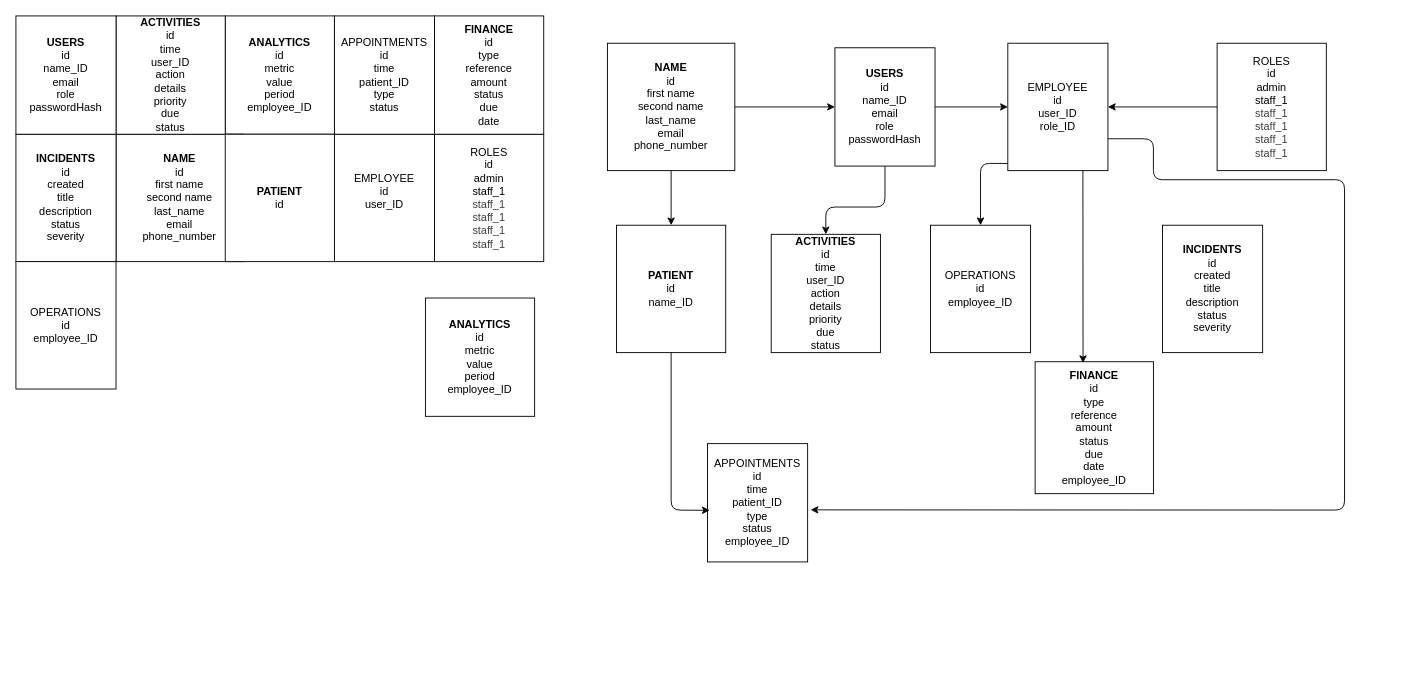
Earlier version of the draw.io diagram design/design.drawio (Justkim030/Moducare). Source tidied: cells renumbered, new cells numbered last; positions are measured from the earlier drawing's top-left corner, leaving out a move shared by most shapes. Both pictures are drawn from the tidied source at 91%, with x=0, y=0 at pixel (15, 15).
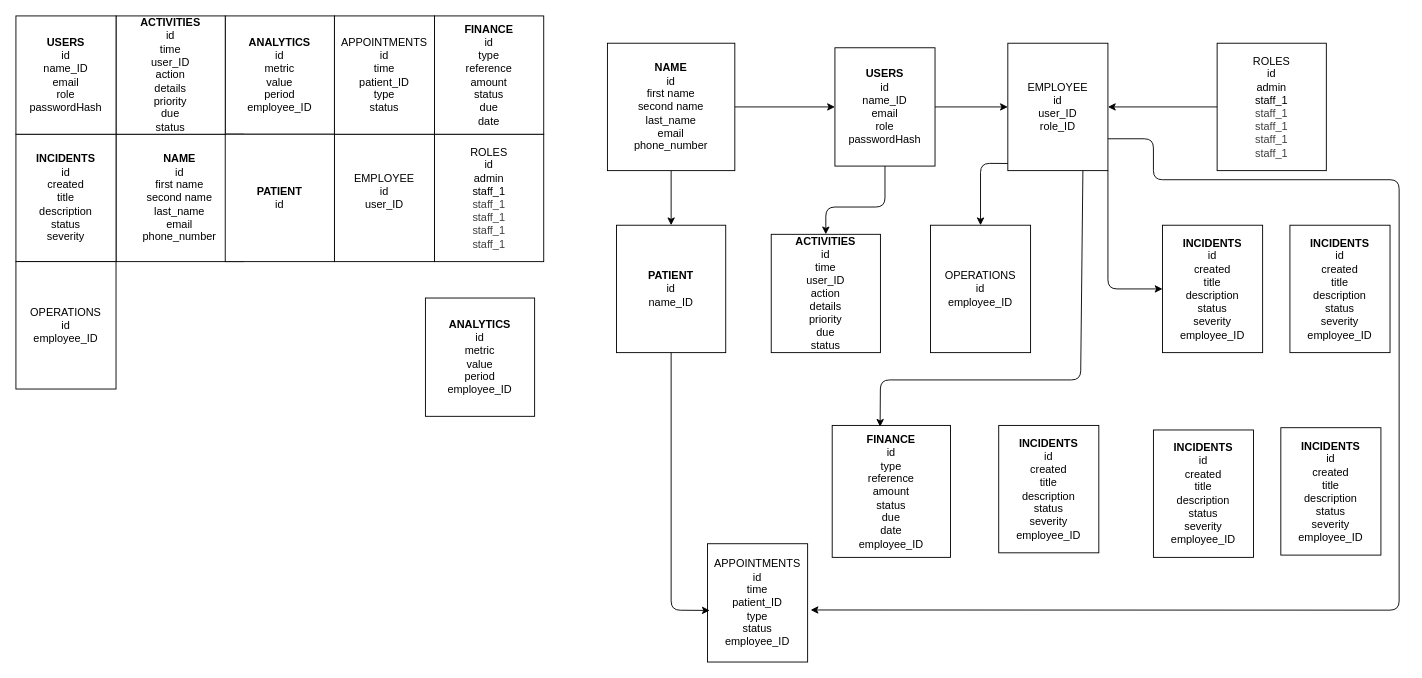
Above is the later version.

The change refers to these unchanged cells:
```xml
<mxCell id="14" value="EMPLOYEE&lt;div&gt;id&lt;/div&gt;&lt;div&gt;user_ID&lt;/div&gt;&lt;div&gt;role_ID&lt;/div&gt;" style="rounded=0;whiteSpace=wrap;html=1;" parent="1" vertex="1">
  <mxGeometry x="1090" y="30" width="110" height="140" as="geometry" />
</mxCell>
<mxCell id="21" value="&lt;b&gt;PATIENT&lt;/b&gt;&lt;div&gt;id&lt;/div&gt;&lt;div&gt;name_ID&lt;/div&gt;" style="rounded=0;whiteSpace=wrap;html=1;" parent="1" vertex="1">
  <mxGeometry x="660" y="230" width="120" height="140" as="geometry" />
</mxCell>
```

What changed in the source:
```diff
@@
+    <mxCell id="33" style="edgeStyle=none;html=1;exitX=1;exitY=1;exitDx=0;exitDy=0;entryX=0;entryY=0.5;entryDx=0;entryDy=0;" parent="1" edge="1" source="14" target="22">
+      <mxGeometry relative="1" as="geometry">
+        <Array as="points">
+          <mxPoint x="1200" y="300" />
+        </Array>
+      </mxGeometry>
+    </mxCell>
@@
-    <mxCell id="22" value="&lt;b&gt;INCIDENTS&lt;/b&gt;&lt;div&gt;id&lt;/div&gt;&lt;div&gt;created&lt;/div&gt;&lt;div&gt;title&lt;/div&gt;&lt;div&gt;description&lt;/div&gt;&lt;div&gt;status&lt;/div&gt;&lt;div&gt;severity&lt;/div&gt;" style="rounded=0;whiteSpace=wrap;html=1;" parent="1" vertex="1">
+    <mxCell id="22" value="&lt;b&gt;INCIDENTS&lt;/b&gt;&lt;div&gt;id&lt;/div&gt;&lt;div&gt;created&lt;/div&gt;&lt;div&gt;title&lt;/div&gt;&lt;div&gt;description&lt;/div&gt;&lt;div&gt;status&lt;/div&gt;&lt;div&gt;severity&lt;/div&gt;&lt;div&gt;employee_ID&lt;/div&gt;" style="rounded=0;whiteSpace=wrap;html=1;" parent="1" vertex="1">
       <mxGeometry x="1260" y="230" width="110" height="140" as="geometry" />
     </mxCell>
     <mxCell id="23" value="&lt;b&gt;FINANCE&lt;/b&gt;&lt;div&gt;id&lt;/div&gt;&lt;div&gt;type&lt;/div&gt;&lt;div&gt;reference&lt;/div&gt;&lt;div&gt;amount&lt;/div&gt;&lt;div&gt;status&lt;/div&gt;&lt;div&gt;due&lt;/div&gt;&lt;div&gt;date&lt;/div&gt;&lt;div&gt;employee_ID&lt;/div&gt;" style="rounded=0;whiteSpace=wrap;html=1;" parent="1" vertex="1">
-      <mxGeometry x="1120" y="380" width="130" height="145" as="geometry" />
+      <mxGeometry x="897" y="450" width="130" height="145" as="geometry" />
     </mxCell>
     <mxCell id="24" value="APPOINTMENTS&lt;div&gt;id&lt;/div&gt;&lt;div&gt;time&lt;/div&gt;&lt;div&gt;patient_ID&lt;/div&gt;&lt;div&gt;type&lt;/div&gt;&lt;div&gt;status&lt;/div&gt;&lt;div&gt;employee_ID&lt;/div&gt;" style="rounded=0;whiteSpace=wrap;html=1;" parent="1" vertex="1">
-      <mxGeometry x="760" y="470" width="110" height="130" as="geometry" />
+      <mxGeometry x="760" y="580" width="110" height="130" as="geometry" />
     </mxCell>
@@
     <mxCell id="30" style="edgeStyle=none;html=1;exitX=0.5;exitY=1;exitDx=0;exitDy=0;entryX=0.022;entryY=0.564;entryDx=0;entryDy=0;entryPerimeter=0;" parent="1" edge="1" source="21" target="24">
       <mxGeometry relative="1" as="geometry">
         <Array as="points">
-          <mxPoint x="720" y="543" />
+          <mxPoint x="720" y="653" />
         </Array>
       </mxGeometry>
     </mxCell>
     <mxCell id="31" style="edgeStyle=none;html=1;exitX=1;exitY=0.75;exitDx=0;exitDy=0;entryX=1.03;entryY=0.56;entryDx=0;entryDy=0;entryPerimeter=0;" parent="1" edge="1" source="14" target="24">
       <mxGeometry relative="1" as="geometry">
         <Array as="points">
           <mxPoint x="1250" y="135" />
           <mxPoint x="1250" y="180" />
-          <mxPoint x="1460" y="180" />
-          <mxPoint x="1460" y="543" />
+          <mxPoint x="1520" y="180" />
+          <mxPoint x="1520" y="653" />
         </Array>
       </mxGeometry>
     </mxCell>
     <mxCell id="32" style="edgeStyle=none;html=1;exitX=0.75;exitY=1;exitDx=0;exitDy=0;entryX=0.405;entryY=0.01;entryDx=0;entryDy=0;entryPerimeter=0;" parent="1" edge="1" source="14" target="23">
-      <mxGeometry relative="1" as="geometry" />
+      <mxGeometry relative="1" as="geometry">
+        <Array as="points">
+          <mxPoint x="1170" y="400" />
+          <mxPoint x="950" y="400" />
+        </Array>
+      </mxGeometry>
     </mxCell>
+    <mxCell id="34" value="&lt;b&gt;INCIDENTS&lt;/b&gt;&lt;div&gt;id&lt;/div&gt;&lt;div&gt;created&lt;/div&gt;&lt;div&gt;title&lt;/div&gt;&lt;div&gt;description&lt;/div&gt;&lt;div&gt;status&lt;/div&gt;&lt;div&gt;severity&lt;/div&gt;&lt;div&gt;employee_ID&lt;/div&gt;" style="rounded=0;whiteSpace=wrap;html=1;" parent="1" vertex="1">
+      <mxGeometry x="1400" y="230" width="110" height="140" as="geometry" />
+    </mxCell>
+    <mxCell id="35" value="&lt;b&gt;INCIDENTS&lt;/b&gt;&lt;div&gt;id&lt;/div&gt;&lt;div&gt;created&lt;/div&gt;&lt;div&gt;title&lt;/div&gt;&lt;div&gt;description&lt;/div&gt;&lt;div&gt;status&lt;/div&gt;&lt;div&gt;severity&lt;/div&gt;&lt;div&gt;employee_ID&lt;/div&gt;" style="rounded=0;whiteSpace=wrap;html=1;" parent="1" vertex="1">
+      <mxGeometry x="1390" y="452.5" width="110" height="140" as="geometry" />
+    </mxCell>
+    <mxCell id="36" value="&lt;b&gt;INCIDENTS&lt;/b&gt;&lt;div&gt;id&lt;/div&gt;&lt;div&gt;created&lt;/div&gt;&lt;div&gt;title&lt;/div&gt;&lt;div&gt;description&lt;/div&gt;&lt;div&gt;status&lt;/div&gt;&lt;div&gt;severity&lt;/div&gt;&lt;div&gt;employee_ID&lt;/div&gt;" style="rounded=0;whiteSpace=wrap;html=1;" parent="1" vertex="1">
+      <mxGeometry x="1080" y="450" width="110" height="140" as="geometry" />
+    </mxCell>
+    <mxCell id="37" value="&lt;b&gt;INCIDENTS&lt;/b&gt;&lt;div&gt;id&lt;/div&gt;&lt;div&gt;created&lt;/div&gt;&lt;div&gt;title&lt;/div&gt;&lt;div&gt;description&lt;/div&gt;&lt;div&gt;status&lt;/div&gt;&lt;div&gt;severity&lt;/div&gt;&lt;div&gt;employee_ID&lt;/div&gt;" style="rounded=0;whiteSpace=wrap;html=1;" parent="1" vertex="1">
+      <mxGeometry x="1250" y="455" width="110" height="140" as="geometry" />
+    </mxCell>
```
